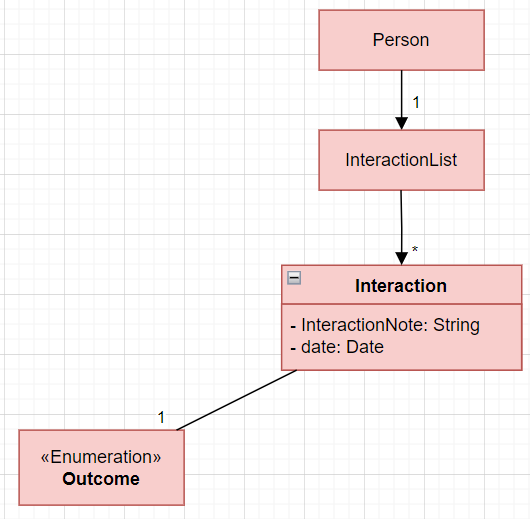
Above: docs/images/InteractionClassDiagram.png in nus-cs2103-AY2324S1/tp (PlantUML), before the change. Its source is kept beside it as docs/diagrams/InteractionClassDiagram.puml.
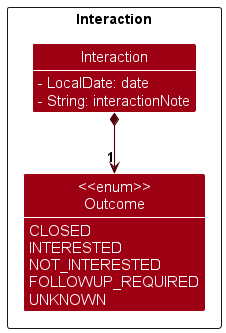
Later version of the same file.

Diff of the diagram source:
```diff
@@ -6,7 +6,7 @@
 skinparam classAttributeIconSize 0
 Package Interaction as ModelPackage <<Rectangle>>{
 class Interaction {
-<color: #FFFFFF>- Date: date
+<color: #FFFFFF>- LocalDate: date
 <color: #FFFFFF>- String: interactionNote
 }
 class "<<enum>>\nOutcome" as Outcome {
```
